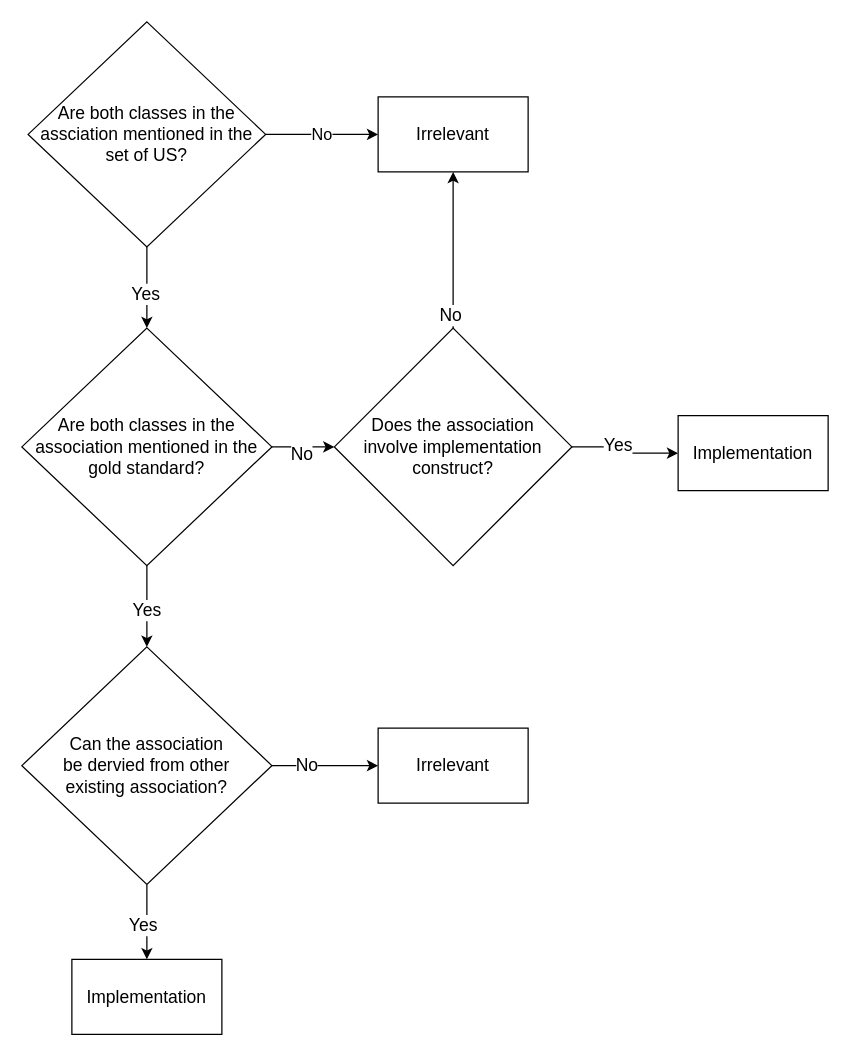
Earlier version of the draw.io diagram page "Association" (2 of 2) of document/Decision Tree.drawio (rexchou0715/VisualNarrator-v2). Source tidied: cells renumbered, new cells numbered last; positions are measured from the earlier drawing's top-left corner, leaving out a move shared by most shapes. Both pictures are drawn from the tidied source at 125%, with x=0, y=0 at pixel (21, 21).
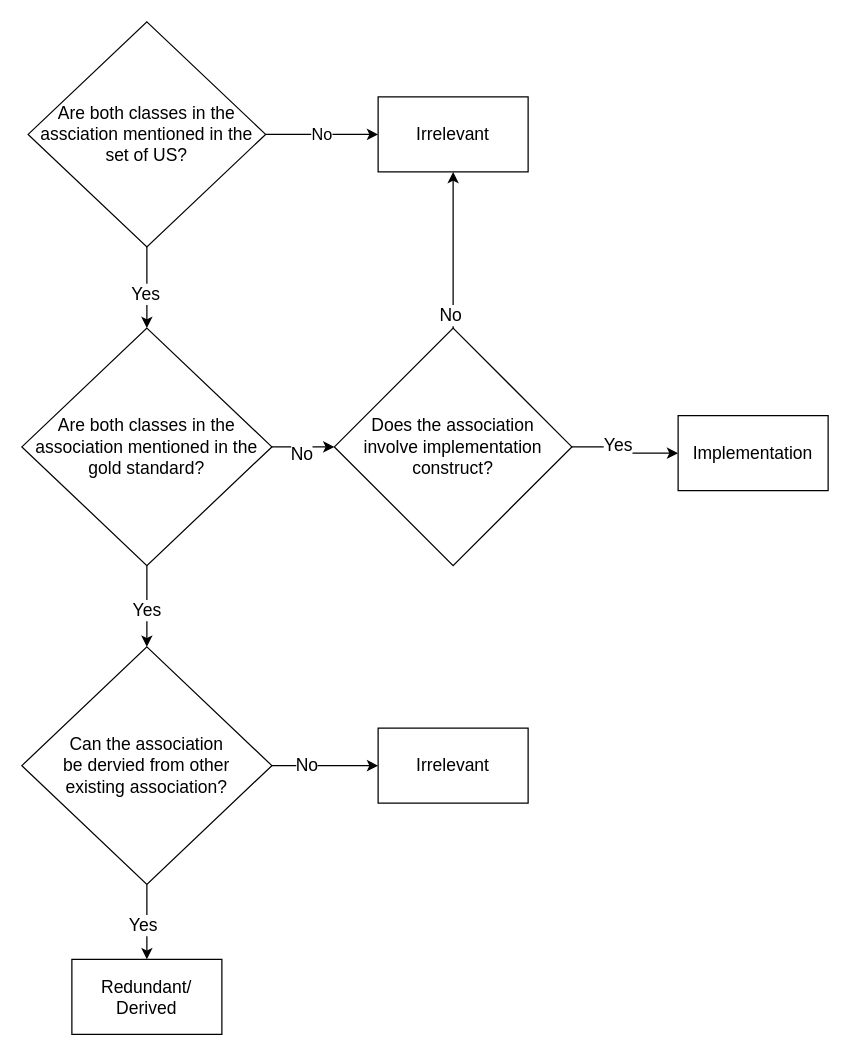
The same page after the edit.

Commit message (it also covers changes not shown here):
updated domain model

The edit, as a diff of the source:
```diff
@@
-    <mxCell id="23" value="&lt;font style=&quot;font-size: 14px;&quot;&gt;Implementation&lt;/font&gt;" style="rounded=0;whiteSpace=wrap;html=1;" parent="1" vertex="1">
+    <mxCell id="23" value="&lt;font style=&quot;font-size: 14px;&quot;&gt;Redundant/ Derived&lt;/font&gt;" style="rounded=0;whiteSpace=wrap;html=1;" parent="1" vertex="1">
       <mxGeometry x="40" y="750" width="120" height="60" as="geometry" />
     </mxCell>
```
